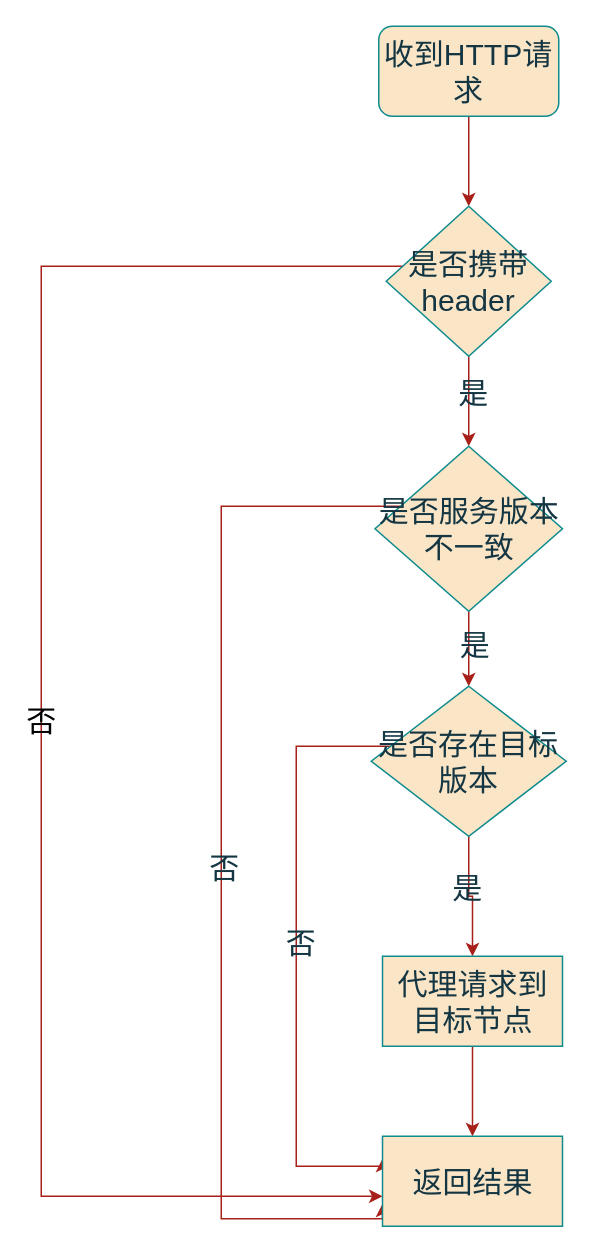
This is image/流量代理组件流程图.drawio from java-zengguang/images, a draw.io file, before an edit. Source tidied: cells renumbered, new cells numbered last; positions are measured from the earlier drawing's top-left corner, leaving out a move shared by most shapes. Both pictures are drawn from the tidied source at 150%, with x=0, y=0 at pixel (40, 26).
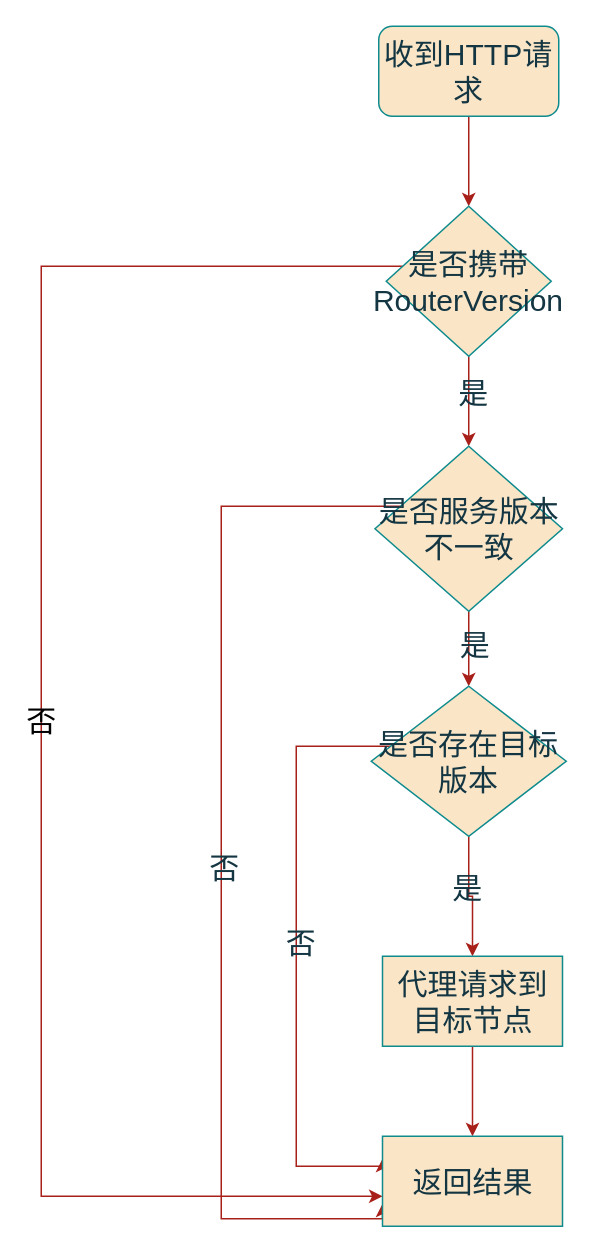
Above is the later version.

Commit message (it also covers changes not shown here):
更新流量代理组件流程图.drawio

Diff of the diagram source:
```diff
@@
-    <mxCell id="7" value="&lt;font style=&quot;font-size: 20px;&quot;&gt;是否携带header&lt;/font&gt;" style="rhombus;whiteSpace=wrap;html=1;labelBackgroundColor=none;fillColor=#FAE5C7;strokeColor=#0F8B8D;fontColor=#143642;fontSize=20;" parent="1" vertex="1">
+    <mxCell id="7" value="&lt;font style=&quot;font-size: 20px;&quot;&gt;是否携带&lt;/font&gt;&lt;span style=&quot;font-family: Calibri; background-color: initial;&quot;&gt;RouterVersion&lt;/span&gt;" style="rhombus;whiteSpace=wrap;html=1;labelBackgroundColor=none;fillColor=#FAE5C7;strokeColor=#0F8B8D;fontColor=#143642;fontSize=20;" parent="1" vertex="1">
       <mxGeometry x="230" y="120" width="110" height="100" as="geometry" />
     </mxCell>
```
